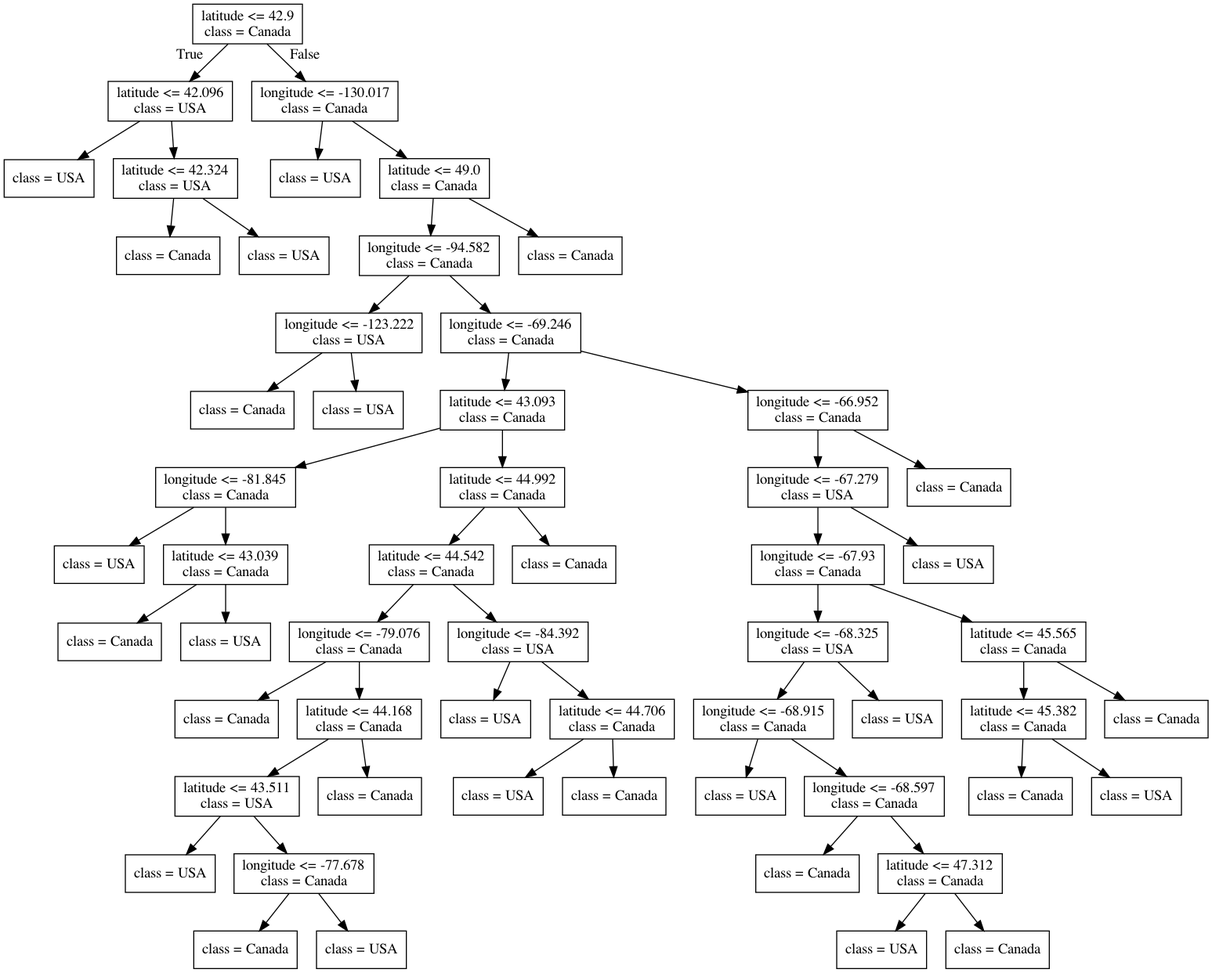
Earlier version of the Graphviz export lectures/Source.gv.png (bait509-ubc/BAIT509). Its source is kept beside it as lectures/Source.gv.
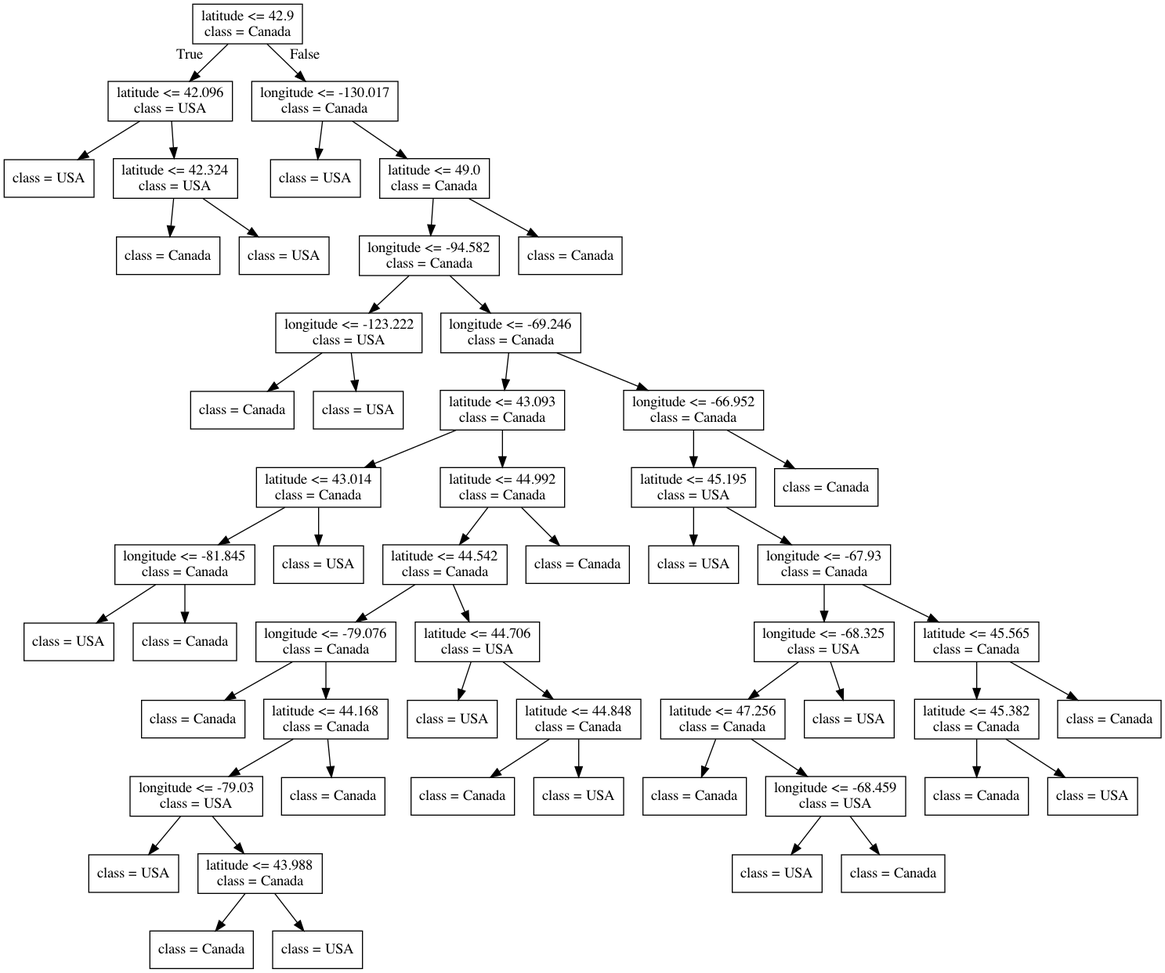
Later version of the same file.

Diff of the diagram source:
```diff
@@ -29,16 +29,16 @@
 9 -> 13 ;
 14 [label="latitude <= 43.093\nclass = Canada"] ;
 13 -> 14 ;
-15 [label="longitude <= -81.845\nclass = Canada"] ;
+15 [label="latitude <= 43.014\nclass = Canada"] ;
 14 -> 15 ;
-16 [label="class = USA"] ;
+16 [label="longitude <= -81.845\nclass = Canada"] ;
 15 -> 16 ;
-17 [label="latitude <= 43.039\nclass = Canada"] ;
-15 -> 17 ;
+17 [label="class = USA"] ;
+16 -> 17 ;
 18 [label="class = Canada"] ;
-17 -> 18 ;
+16 -> 18 ;
 19 [label="class = USA"] ;
-17 -> 19 ;
+15 -> 19 ;
 20 [label="latitude <= 44.992\nclass = Canada"] ;
 14 -> 20 ;
 21 [label="latitude <= 44.542\nclass = Canada"] ;
@@ -49,11 +49,11 @@
 22 -> 23 ;
 24 [label="latitude <= 44.168\nclass = Canada"] ;
 22 -> 24 ;
-25 [label="latitude <= 43.511\nclass = USA"] ;
+25 [label="longitude <= -79.03\nclass = USA"] ;
 24 -> 25 ;
 26 [label="class = USA"] ;
 25 -> 26 ;
-27 [label="longitude <= -77.678\nclass = Canada"] ;
+27 [label="latitude <= 43.988\nclass = Canada"] ;
 25 -> 27 ;
 28 [label="class = Canada"] ;
 27 -> 28 ;
@@ -61,56 +61,52 @@
 27 -> 29 ;
 30 [label="class = Canada"] ;
 24 -> 30 ;
-31 [label="longitude <= -84.392\nclass = USA"] ;
+31 [label="latitude <= 44.706\nclass = USA"] ;
 21 -> 31 ;
 32 [label="class = USA"] ;
 31 -> 32 ;
-33 [label="latitude <= 44.706\nclass = Canada"] ;
+33 [label="latitude <= 44.848\nclass = Canada"] ;
 31 -> 33 ;
-34 [label="class = USA"] ;
+34 [label="class = Canada"] ;
 33 -> 34 ;
-35 [label="class = Canada"] ;
+35 [label="class = USA"] ;
 33 -> 35 ;
 36 [label="class = Canada"] ;
 20 -> 36 ;
 37 [label="longitude <= -66.952\nclass = Canada"] ;
 13 -> 37 ;
-38 [label="longitude <= -67.279\nclass = USA"] ;
+38 [label="latitude <= 45.195\nclass = USA"] ;
 37 -> 38 ;
-39 [label="longitude <= -67.93\nclass = Canada"] ;
+39 [label="class = USA"] ;
 38 -> 39 ;
-40 [label="longitude <= -68.325\nclass = USA"] ;
-39 -> 40 ;
-41 [label="longitude <= -68.915\nclass = Canada"] ;
+40 [label="longitude <= -67.93\nclass = Canada"] ;
+38 -> 40 ;
+41 [label="longitude <= -68.325\nclass = USA"] ;
 40 -> 41 ;
-42 [label="class = USA"] ;
+42 [label="latitude <= 47.256\nclass = Canada"] ;
 41 -> 42 ;
-43 [label="longitude <= -68.597\nclass = Canada"] ;
-41 -> 43 ;
-44 [label="class = Canada"] ;
-43 -> 44 ;
-45 [label="latitude <= 47.312\nclass = Canada"] ;
-43 -> 45 ;
-46 [label="class = USA"] ;
-45 -> 46 ;
-47 [label="class = Canada"] ;
-45 -> 47 ;
-48 [label="class = USA"] ;
+43 [label="class = Canada"] ;
+42 -> 43 ;
+44 [label="longitude <= -68.459\nclass = USA"] ;
+42 -> 44 ;
+45 [label="class = USA"] ;
+44 -> 45 ;
+46 [label="class = Canada"] ;
+44 -> 46 ;
+47 [label="class = USA"] ;
+41 -> 47 ;
+48 [label="latitude <= 45.565\nclass = Canada"] ;
 40 -> 48 ;
-49 [label="latitude <= 45.565\nclass = Canada"] ;
-39 -> 49 ;
-50 [label="latitude <= 45.382\nclass = Canada"] ;
+49 [label="latitude <= 45.382\nclass = Canada"] ;
+48 -> 49 ;
+50 [label="class = Canada"] ;
 49 -> 50 ;
-51 [label="class = Canada"] ;
-50 -> 51 ;
-52 [label="class = USA"] ;
-50 -> 52 ;
+51 [label="class = USA"] ;
+49 -> 51 ;
+52 [label="class = Canada"] ;
+48 -> 52 ;
 53 [label="class = Canada"] ;
-49 -> 53 ;
-54 [label="class = USA"] ;
-38 -> 54 ;
-55 [label="class = Canada"] ;
-37 -> 55 ;
-56 [label="class = Canada"] ;
-8 -> 56 ;
+37 -> 53 ;
+54 [label="class = Canada"] ;
+8 -> 54 ;
 }
```
